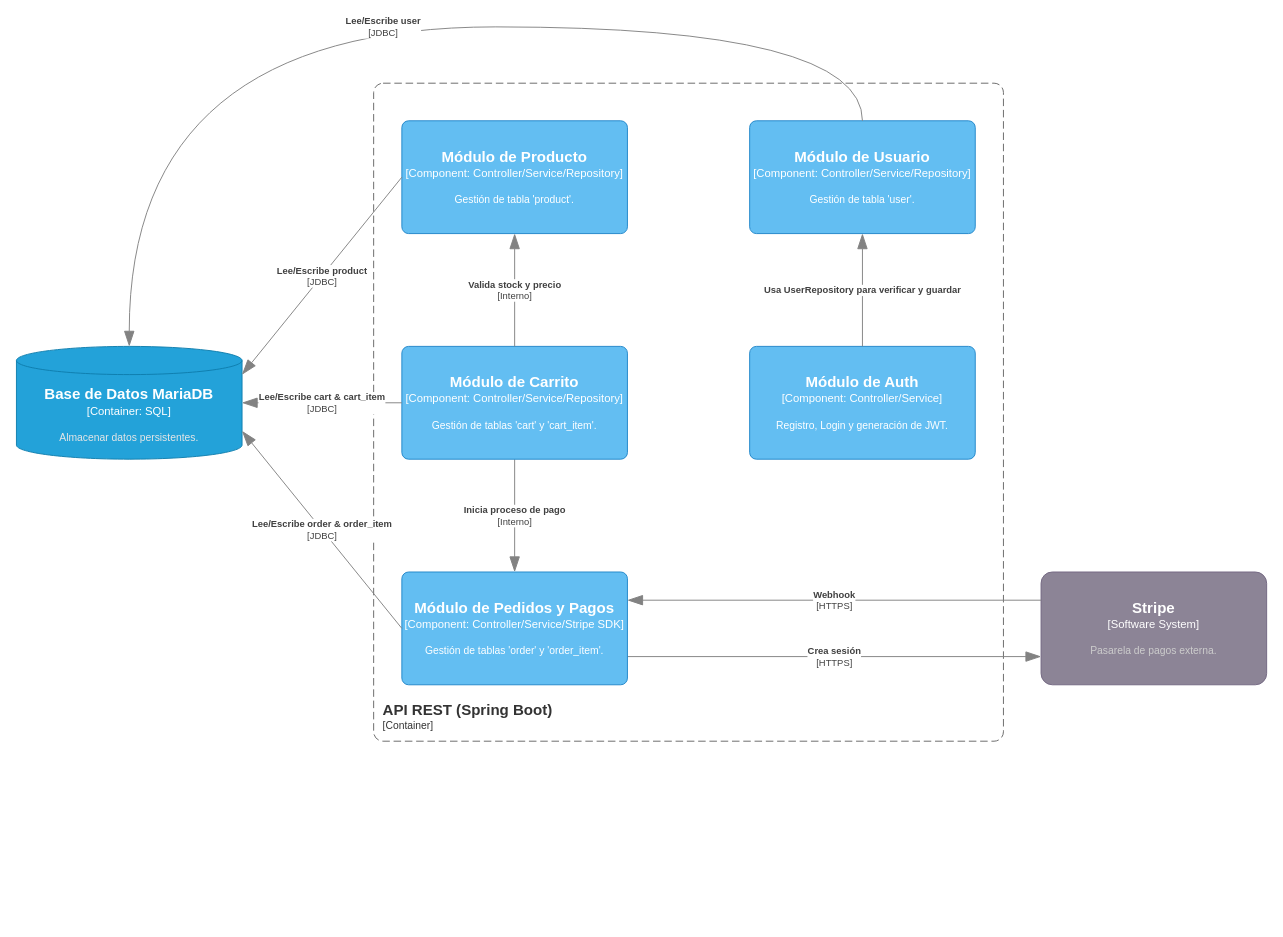
Earlier version of the draw.io diagram docs/diagrams/DiagramaComponente.drawio (jvilamarin31/cartflow-api). Source tidied: cells renumbered, new cells numbered last; positions are measured from the earlier drawing's top-left corner, leaving out a move shared by most shapes. Both pictures are drawn from the tidied source at 94%, with x=0, y=0 at pixel (16, 26).
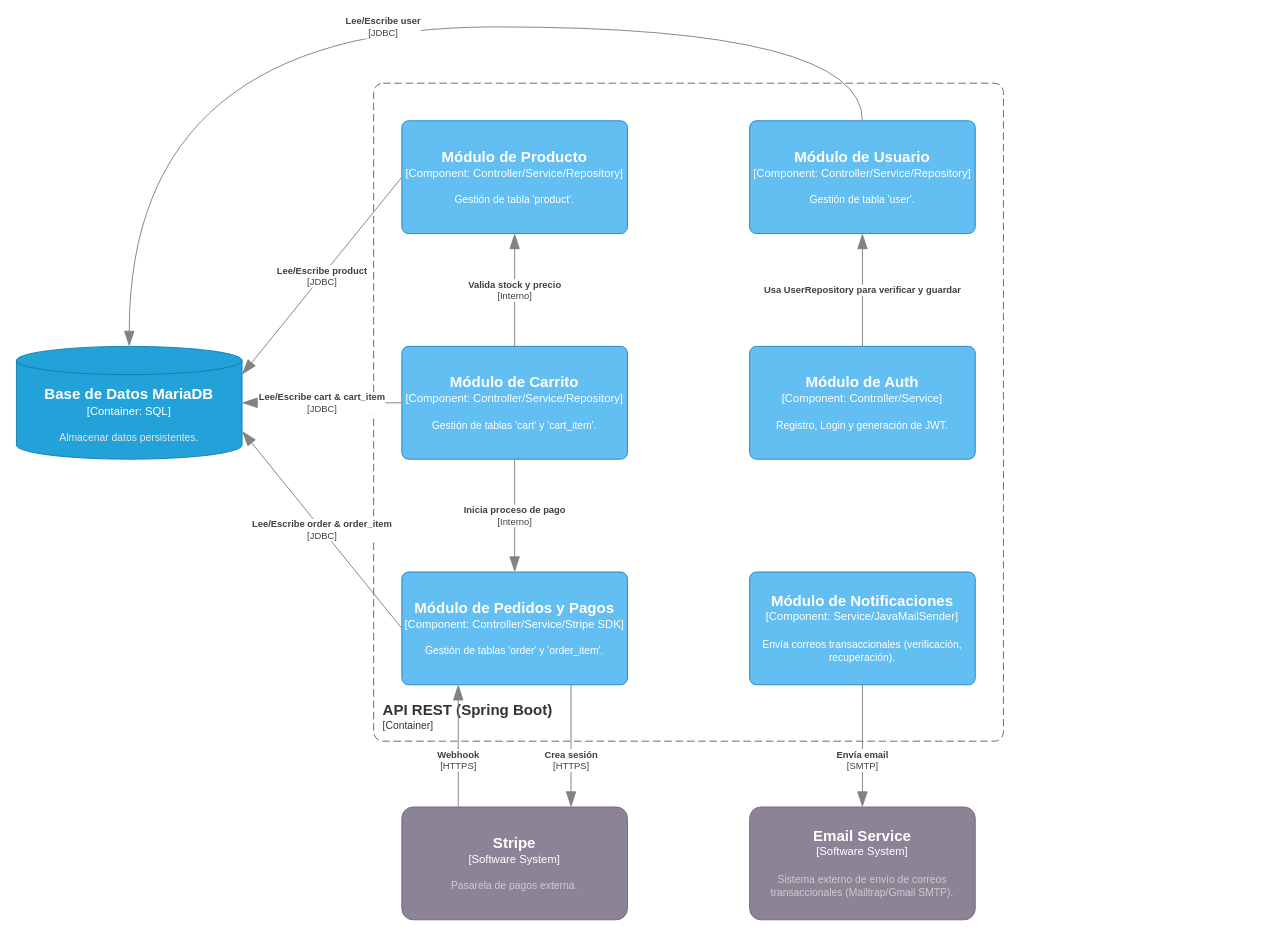
Above is the later version.

The change refers to these unchanged cells:
```xml
<object id="10" label="&lt;font style=&quot;font-size: 16px&quot;&gt;&lt;b&gt;%c4Name%&lt;/b&gt;&lt;/font&gt;&lt;div&gt;[%c4Type%: %c4Technology%]&lt;/div&gt;&lt;br&gt;&lt;div&gt;&lt;font style=&quot;font-size: 11px&quot;&gt;%c4Description%&lt;/font&gt;&lt;/div&gt;" c4Description="Gestión de tablas 'order' y 'order_item'." c4Name="Módulo de Pedidos y Pagos" c4Technology="Controller/Service/Stripe SDK" c4Type="Component" placeholders="1">
  <mxCell style="rounded=1;whiteSpace=wrap;html=1;labelBackgroundColor=none;fillColor=#63BEF2;fontColor=#ffffff;align=center;arcSize=6;strokeColor=#2086C9;points=[[0.25,0,0],[0.5,0,0],[0.75,0,0],[1,0.25,0],[1,0.5,0],[1,0.75,0],[0.75,1,0],[0.5,1,0],[0.25,1,0],[0,0.75,0],[0,0.5,0],[0,0.25,0]];" parent="1" vertex="1">
    <mxGeometry x="410" y="580" width="240" height="120" as="geometry" />
  </mxCell>
</object>
```

What changed in the source:
```diff
@@
     <object id="2" label="&lt;font style=&quot;font-size: 16px&quot;&gt;&lt;b&gt;%c4Name%&lt;/b&gt;&lt;/font&gt;&lt;div&gt;[%c4Type%]&lt;/div&gt;&lt;br&gt;&lt;div&gt;&lt;font style=&quot;font-size: 11px&quot;&gt;&lt;font color=&quot;#cccccc&quot;&gt;%c4Description%&lt;/font&gt;&lt;/div&gt;" c4Description="Pasarela de pagos externa." c4Name="Stripe" c4Type="Software System" placeholders="1">
       <mxCell style="rounded=1;whiteSpace=wrap;html=1;labelBackgroundColor=none;fillColor=#8C8496;fontColor=#ffffff;align=center;arcSize=10;strokeColor=#736782;points=[[0.25,0,0],[0.5,0,0],[0.75,0,0],[1,0.25,0],[1,0.5,0],[1,0.75,0],[0.75,1,0],[0.5,1,0],[0.25,1,0],[0,0.75,0],[0,0.5,0],[0,0.25,0]];" parent="1" vertex="1">
-        <mxGeometry x="1090" y="580" width="240" height="120" as="geometry" />
+        <mxGeometry x="410" y="830" width="240" height="120" as="geometry" />
       </mxCell>
     </object>
@@
     <object id="8" label="&lt;div style=&quot;text-align: left&quot;&gt;&lt;div style=&quot;text-align: center&quot;&gt;&lt;b&gt;%c4Description%&lt;/b&gt;&lt;/div&gt;&lt;div style=&quot;text-align: center&quot;&gt;[%c4Technology%]&lt;/div&gt;&lt;/div&gt;" c4Description="Crea sesión" c4Technology="HTTPS" placeholders="1">
-      <mxCell style="endArrow=blockThin;html=1;fontSize=10;fontColor=#404040;strokeWidth=1;endFill=1;strokeColor=#828282;elbow=vertical;endSize=14;startSize=14;jumpStyle=arc;jumpSize=16;rounded=0;entryX=0;entryY=0.75;entryDx=0;entryDy=0;entryPerimeter=0;exitX=1;exitY=0.75;exitDx=0;exitDy=0;exitPerimeter=0;" parent="1" edge="1" source="10" target="2">
-        <mxGeometry relative="1" as="geometry" />
+      <mxCell style="endArrow=blockThin;html=1;fontSize=10;fontColor=#404040;strokeWidth=1;endFill=1;strokeColor=#828282;elbow=vertical;endSize=14;startSize=14;jumpStyle=arc;jumpSize=16;rounded=0;entryX=0.75;entryY=0;entryDx=0;entryDy=0;entryPerimeter=0;exitX=0.75;exitY=1;exitDx=0;exitDy=0;exitPerimeter=0;" parent="1" edge="1" source="10" target="2">
+        <mxGeometry x="0.23" relative="1" as="geometry" />
       </mxCell>
     </object>
     <object id="9" label="&lt;div style=&quot;text-align: left&quot;&gt;&lt;div style=&quot;text-align: center&quot;&gt;&lt;b&gt;%c4Description%&lt;/b&gt;&lt;/div&gt;&lt;div style=&quot;text-align: center&quot;&gt;[%c4Technology%]&lt;/div&gt;&lt;/div&gt;" c4Description="Webhook" c4Technology="HTTPS" placeholders="1">
-      <mxCell style="endArrow=blockThin;html=1;fontSize=10;fontColor=#404040;strokeWidth=1;endFill=1;strokeColor=#828282;elbow=vertical;endSize=14;startSize=14;jumpStyle=arc;jumpSize=16;rounded=0;exitX=0;exitY=0.25;exitDx=0;exitDy=0;exitPerimeter=0;entryX=1;entryY=0.25;entryDx=0;entryDy=0;entryPerimeter=0;" parent="1" edge="1" source="2" target="10">
-        <mxGeometry relative="1" as="geometry" />
+      <mxCell style="endArrow=blockThin;html=1;fontSize=10;fontColor=#404040;strokeWidth=1;endFill=1;strokeColor=#828282;elbow=vertical;endSize=14;startSize=14;jumpStyle=arc;jumpSize=16;rounded=0;exitX=0.25;exitY=0;exitDx=0;exitDy=0;exitPerimeter=0;entryX=0.25;entryY=1;entryDx=0;entryDy=0;entryPerimeter=0;" parent="1" edge="1" source="2" target="10">
+        <mxGeometry x="-0.23" relative="1" as="geometry" />
       </mxCell>
     </object>
@@
+    <object id="19" label="&lt;font style=&quot;font-size: 16px&quot;&gt;&lt;b&gt;%c4Name%&lt;/b&gt;&lt;/font&gt;&lt;div&gt;[%c4Type%: %c4Technology%]&lt;/div&gt;&lt;br&gt;&lt;div&gt;&lt;font style=&quot;font-size: 11px&quot;&gt;%c4Description%&lt;/font&gt;&lt;/div&gt;" c4Description="Envía correos transaccionales (verificación, recuperación)." c4Name="Módulo de Notificaciones" c4Technology="Service/JavaMailSender" c4Type="Component" placeholders="1">
+      <mxCell style="rounded=1;whiteSpace=wrap;html=1;labelBackgroundColor=none;fillColor=#63BEF2;fontColor=#ffffff;align=center;arcSize=6;strokeColor=#2086C9;points=[[0.25,0,0],[0.5,0,0],[0.75,0,0],[1,0.25,0],[1,0.5,0],[1,0.75,0],[0.75,1,0],[0.5,1,0],[0.25,1,0],[0,0.75,0],[0,0.5,0],[0,0.25,0]];" parent="1" vertex="1">
+        <mxGeometry x="780" y="580" width="240" height="120" as="geometry" />
+      </mxCell>
+    </object>
+    <object id="20" label="&lt;font style=&quot;font-size: 16px&quot;&gt;&lt;b&gt;%c4Name%&lt;/b&gt;&lt;/font&gt;&lt;div&gt;[%c4Type%]&lt;/div&gt;&lt;br&gt;&lt;div&gt;&lt;font style=&quot;font-size: 11px&quot;&gt;&lt;font color=&quot;#cccccc&quot;&gt;%c4Description%&lt;/font&gt;&lt;/div&gt;" c4Description="Sistema externo de envío de correos transaccionales (Mailtrap/Gmail SMTP)." c4Name="Email Service" c4Type="Software System" placeholders="1">
+      <mxCell style="rounded=1;whiteSpace=wrap;html=1;labelBackgroundColor=none;fillColor=#8C8496;fontColor=#ffffff;align=center;arcSize=10;strokeColor=#736782;points=[[0.25,0,0],[0.5,0,0],[0.75,0,0],[1,0.25,0],[1,0.5,0],[1,0.75,0],[0.75,1,0],[0.5,1,0],[0.25,1,0],[0,0.75,0],[0,0.5,0],[0,0.25,0]];" parent="1" vertex="1">
+        <mxGeometry x="780" y="830" width="240" height="120" as="geometry" />
+      </mxCell>
+    </object>
+    <object id="21" label="&lt;div style=&quot;text-align: left&quot;&gt;&lt;div style=&quot;text-align: center&quot;&gt;&lt;b&gt;%c4Description%&lt;/b&gt;&lt;/div&gt;&lt;div style=&quot;text-align: center&quot;&gt;[%c4Technology%]&lt;/div&gt;&lt;/div&gt;" c4Description="Envía email" c4Technology="SMTP" placeholders="1">
+      <mxCell style="endArrow=blockThin;html=1;fontSize=10;fontColor=#404040;strokeWidth=1;endFill=1;strokeColor=#828282;elbow=vertical;endSize=14;startSize=14;jumpStyle=arc;jumpSize=16;rounded=0;edgeStyle=orthogonalEdgeStyle;entryX=0.5;entryY=0;entryDx=0;entryDy=0;entryPerimeter=0;exitX=0.5;exitY=1;exitDx=0;exitDy=0;exitPerimeter=0;" parent="1" edge="1" source="19" target="20">
+        <mxGeometry x="0.23" relative="1" as="geometry" />
+      </mxCell>
+    </object>
```
